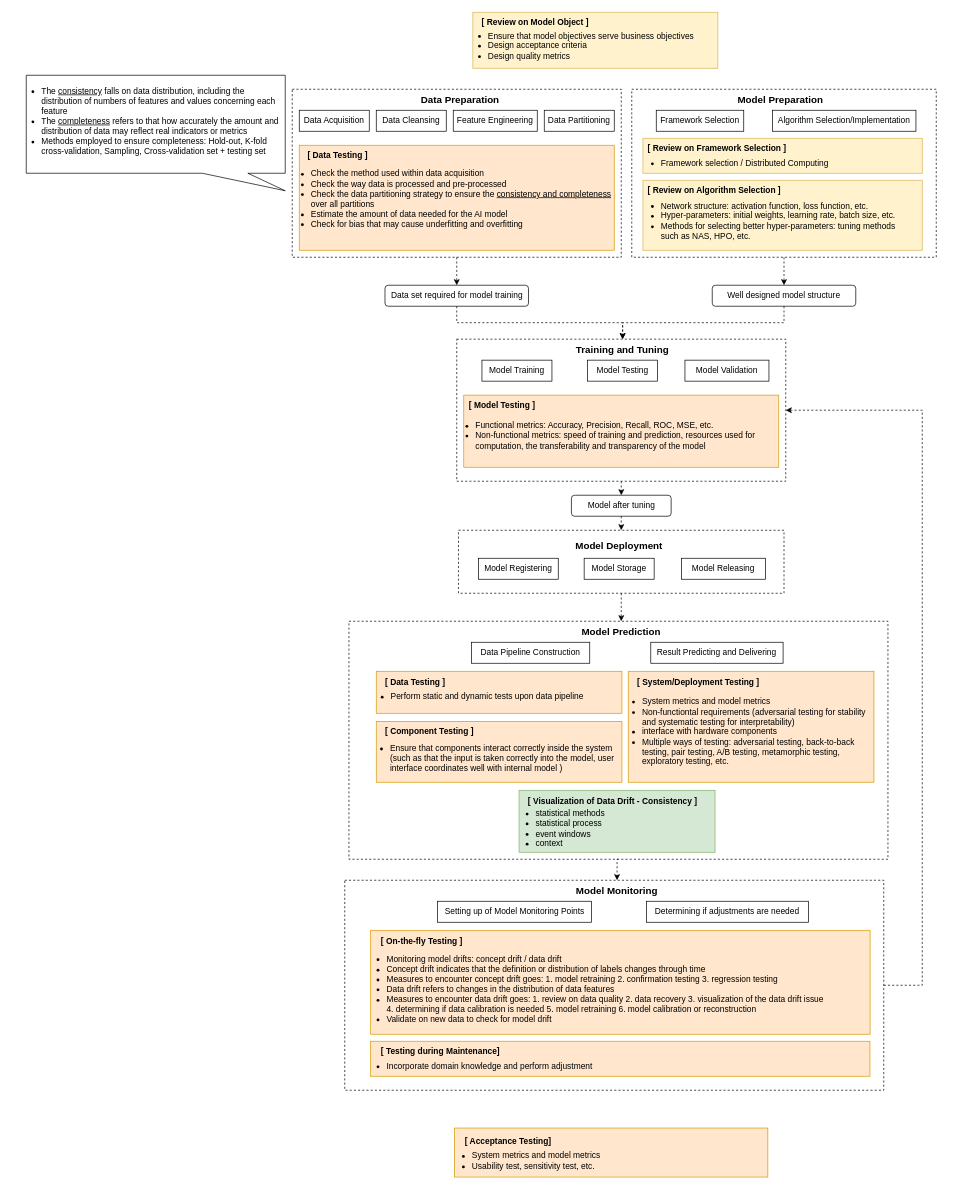
Earlier version of the draw.io diagram AI_system_lifecycle.drawio (herobrine1010/AISEng). Source tidied: cells renumbered, new cells numbered last; positions are measured from the earlier drawing's top-left corner, leaving out a move shared by most shapes. Both pictures are drawn from the tidied source at 70%, with x=0, y=0 at pixel (12, 12).
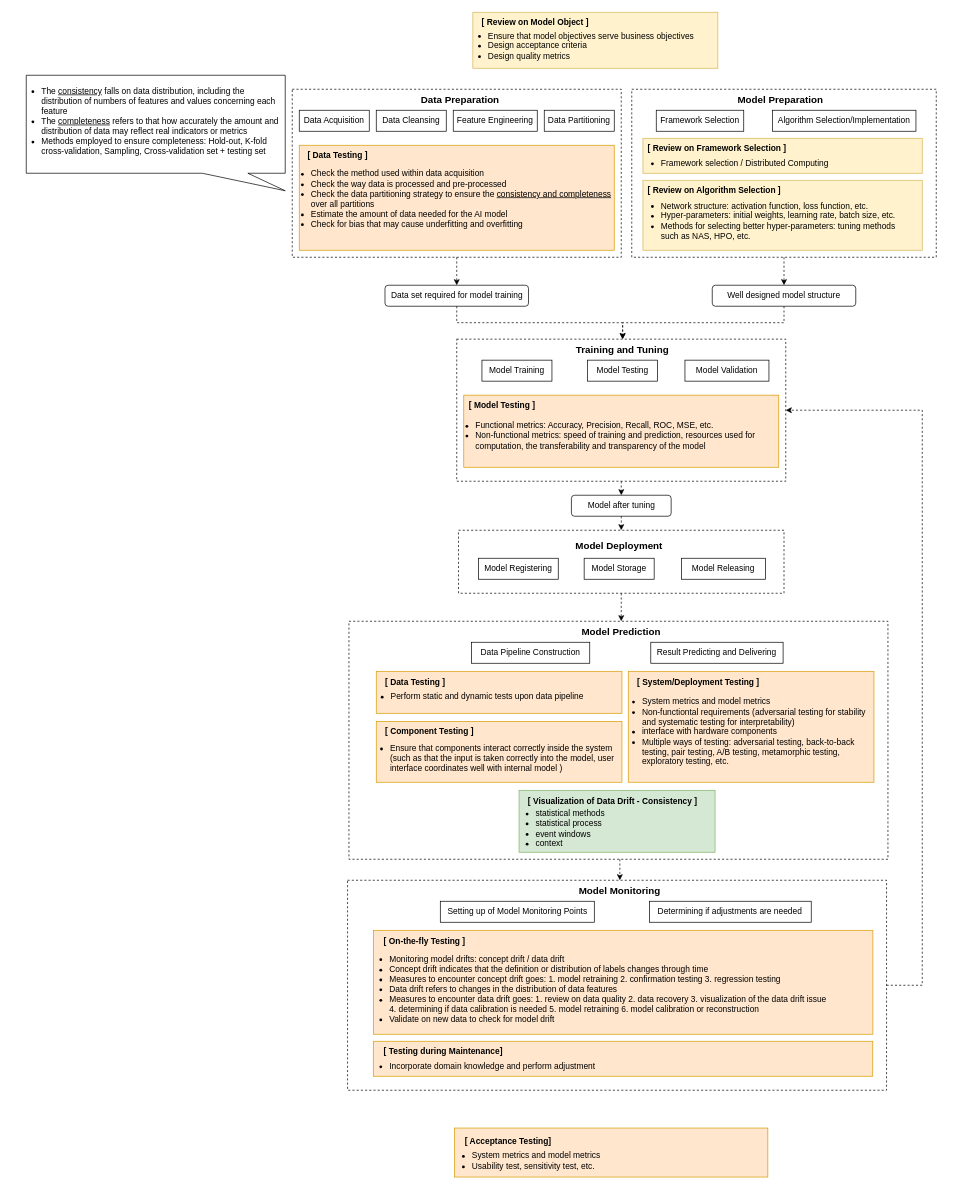
The same page after the edit.

The change refers to these unchanged cells:
```xml
<mxCell id="50" style="rounded=0;whiteSpace=wrap;html=1;fillColor=none;dashed=1;" parent="1" vertex="1">
  <mxGeometry x="481" y="870" width="770" height="340" as="geometry" />
</mxCell>
```

Change to the diagram source:
```diff
@@
-    <mxCell id="49" style="edgeStyle=orthogonalEdgeStyle;rounded=0;jettySize=auto;html=1;exitX=0.5;exitY=1;exitDx=0;exitDy=0;entryX=0.5;entryY=0;entryDx=0;entryDy=0;dashed=1;" parent="1" edge="1" source="50" target="68">
-      <mxGeometry relative="1" as="geometry" />
+    <mxCell id="49" style="edgeStyle=orthogonalEdgeStyle;rounded=0;jettySize=auto;html=1;exitX=0.5;exitY=1;exitDx=0;exitDy=0;entryX=0.5;entryY=0;entryDx=0;entryDy=0;dashed=1;" parent="1" edge="1" target="68">
+      <mxGeometry relative="1" as="geometry">
+        <mxPoint x="868" y="1210" as="sourcePoint" />
+      </mxGeometry>
     </mxCell>
@@
     <mxCell id="67" style="rounded=0;whiteSpace=wrap;html=1;fillColor=none;dashed=1;" parent="1" vertex="1">
-      <mxGeometry x="475" y="1240" width="770" height="300" as="geometry" />
+      <mxGeometry x="479" y="1240" width="770" height="300" as="geometry" />
     </mxCell>
     <mxCell id="68" value="Model Monitoring" style="text;html=1;strokeColor=none;fillColor=none;align=center;verticalAlign=middle;whiteSpace=wrap;rounded=0;fontStyle=1;fontSize=14;" parent="1" vertex="1">
-      <mxGeometry x="787" y="1240" width="154" height="30" as="geometry" />
+      <mxGeometry x="791" y="1240" width="154" height="30" as="geometry" />
     </mxCell>
     <mxCell id="69" value="Setting up of Model Monitoring Points" style="rounded=0;whiteSpace=wrap;html=1;" parent="1" vertex="1">
-      <mxGeometry x="607.5" y="1270" width="220" height="30" as="geometry" />
+      <mxGeometry x="611.5" y="1270" width="220" height="30" as="geometry" />
     </mxCell>
     <mxCell id="70" value="Determining if adjustments are needed" style="rounded=0;whiteSpace=wrap;html=1;" parent="1" vertex="1">
-      <mxGeometry x="906.2" y="1270" width="231.2" height="30" as="geometry" />
+      <mxGeometry x="910.2" y="1270" width="231.2" height="30" as="geometry" />
     </mxCell>
     <mxCell id="71" style="rounded=0;whiteSpace=wrap;html=1;fillColor=#ffe6cc;strokeColor=#d79b00;" parent="1" vertex="1">
-      <mxGeometry x="512" y="1311.5" width="713.5" height="148.5" as="geometry" />
+      <mxGeometry x="516" y="1311.5" width="713.5" height="148.5" as="geometry" />
     </mxCell>
     <mxCell id="72" value="&lt;ul&gt;&lt;li&gt;Monitoring model drifts: concept drift / data drift&lt;/li&gt;&lt;li&gt;Concept drift indicates that the definition or distribution of labels changes through time&lt;/li&gt;&lt;li&gt;Measures to encounter concept drift goes: 1. model retraining 2. confirmation testing 3. regression testing&lt;/li&gt;&lt;li&gt;Data drift refers to changes in the distribution of data features&lt;/li&gt;&lt;li&gt;Measures to encounter data drift goes: 1. review on data quality 2. data recovery 3. visualization of the data drift issue&amp;nbsp; &amp;nbsp; &amp;nbsp; &amp;nbsp; &amp;nbsp; &amp;nbsp; &amp;nbsp; &amp;nbsp; &amp;nbsp; 4. determining if data calibration is needed 5. model retraining 6. model&amp;nbsp;calibration or reconstruction&lt;br&gt;&lt;/li&gt;&lt;li&gt;Validate on new data to check for model drift&lt;/li&gt;&lt;/ul&gt;" style="text;html=1;strokeColor=none;fillColor=none;align=left;verticalAlign=middle;whiteSpace=wrap;rounded=0;" parent="1" vertex="1">
-      <mxGeometry x="493" y="1337.5" width="734.5" height="116.5" as="geometry" />
+      <mxGeometry x="497" y="1337.5" width="734.5" height="116.5" as="geometry" />
     </mxCell>
     <mxCell id="73" value="[&amp;nbsp;On-the-fly Testing ]" style="text;html=1;strokeColor=none;fillColor=none;align=left;verticalAlign=middle;whiteSpace=wrap;rounded=0;fontStyle=1;" parent="1" vertex="1">
-      <mxGeometry x="525" y="1311.5" width="150" height="30" as="geometry" />
+      <mxGeometry x="529" y="1311.5" width="150" height="30" as="geometry" />
     </mxCell>
     <mxCell id="74" style="rounded=0;whiteSpace=wrap;html=1;fillColor=#ffe6cc;strokeColor=#d79b00;" parent="1" vertex="1">
-      <mxGeometry x="511.8" y="1470" width="713.5" height="50" as="geometry" />
+      <mxGeometry x="515.8" y="1470" width="713.5" height="50" as="geometry" />
     </mxCell>
     <mxCell id="75" value="&lt;ul&gt;&lt;li&gt;Incorporate&amp;nbsp;domain knowledge and perform adjustment&lt;/li&gt;&lt;/ul&gt;" style="text;html=1;strokeColor=none;fillColor=none;align=left;verticalAlign=middle;whiteSpace=wrap;rounded=0;" parent="1" vertex="1">
-      <mxGeometry x="492.8" y="1496" width="734.5" height="20" as="geometry" />
+      <mxGeometry x="496.8" y="1496" width="734.5" height="20" as="geometry" />
     </mxCell>
     <mxCell id="76" value="[ Testing during Maintenance]" style="text;html=1;strokeColor=none;fillColor=none;align=left;verticalAlign=middle;whiteSpace=wrap;rounded=0;fontStyle=1;" parent="1" vertex="1">
-      <mxGeometry x="524.8" y="1470" width="242.7" height="30" as="geometry" />
+      <mxGeometry x="528.8" y="1470" width="242.7" height="30" as="geometry" />
     </mxCell>
```
